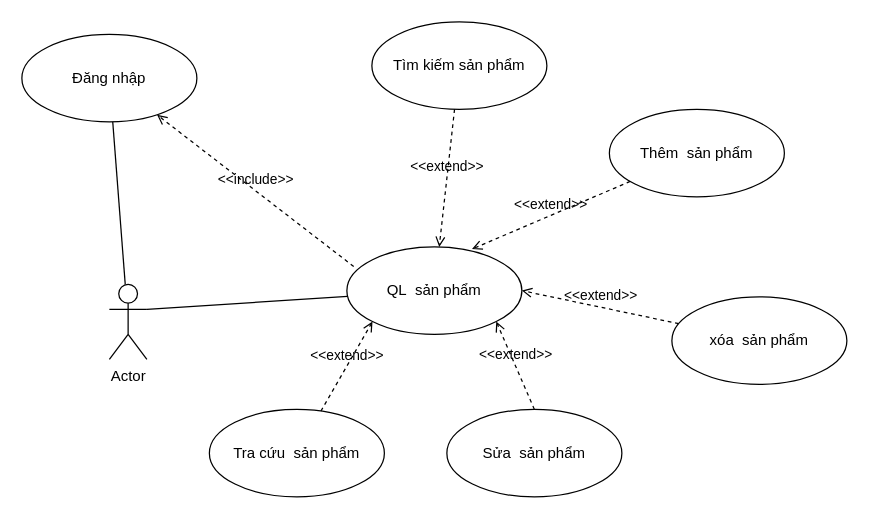
Before: UseCase Diagram/UsecaseSanPham.drawio in hungtadasuke/CoffeShop_SoftwareTechnology, a draw.io diagram. Source tidied: cells renumbered, new cells numbered last; positions are measured from the earlier drawing's top-left corner, leaving out a move shared by most shapes. Both pictures are drawn from the tidied source at 125%, with x=0, y=0 at pixel (21, 21).
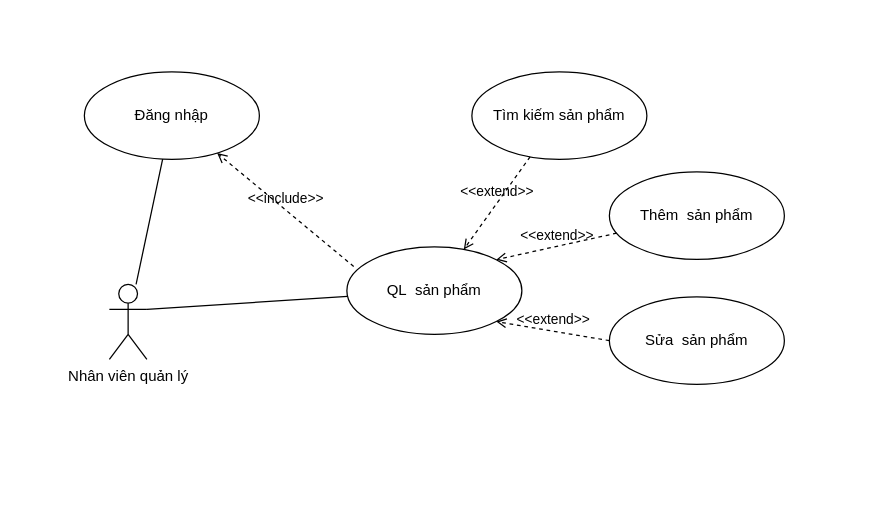
The same diagram, later.

What changed in the source:
```diff
@@
 <mxGraphModel>
   <root>
     <mxCell id="0" />
     <mxCell id="1" parent="0" />
-    <mxCell id="2" value="Actor" style="shape=umlActor;verticalLabelPosition=bottom;verticalAlign=top;html=1;" parent="1" vertex="1">
+    <mxCell id="2" value="Nhân viên quản lý" style="shape=umlActor;verticalLabelPosition=bottom;verticalAlign=top;html=1;" parent="1" vertex="1">
       <mxGeometry x="70" y="210" width="30" height="60" as="geometry" />
     </mxCell>
     <mxCell id="3" value="QL&amp;nbsp;&amp;nbsp;sản phẩm" style="ellipse;whiteSpace=wrap;html=1;" parent="1" vertex="1">
       <mxGeometry x="260" y="180" width="140" height="70" as="geometry" />
     </mxCell>
     <mxCell id="4" value="Đăng nhập" style="ellipse;whiteSpace=wrap;html=1;" parent="1" vertex="1">
-      <mxGeometry y="10" width="140" height="70" as="geometry" />
+      <mxGeometry x="50" y="40" width="140" height="70" as="geometry" />
     </mxCell>
     <mxCell id="5" style="endArrow=none;html=1;rounded=0;exitX=1;exitY=0.3333333333333333;exitDx=0;exitDy=0;exitPerimeter=0;" parent="1" edge="1" source="2" target="3">
       <mxGeometry relative="1" as="geometry" />
     </mxCell>
     <mxCell id="6" style="endArrow=none;html=1;rounded=0;" parent="1" edge="1" source="2" target="4">
       <mxGeometry relative="1" as="geometry" />
     </mxCell>
     <mxCell id="7" value="Tìm kiếm sản phẩm" style="ellipse;whiteSpace=wrap;html=1;" parent="1" vertex="1">
-      <mxGeometry x="280" width="140" height="70" as="geometry" />
+      <mxGeometry x="360" y="40" width="140" height="70" as="geometry" />
     </mxCell>
     <mxCell id="8" value="Thêm&amp;nbsp;&amp;nbsp;sản phẩm" style="ellipse;whiteSpace=wrap;html=1;" parent="1" vertex="1">
-      <mxGeometry x="470" y="70" width="140" height="70" as="geometry" />
+      <mxGeometry x="470" y="120" width="140" height="70" as="geometry" />
     </mxCell>
-    <mxCell id="9" value="xóa&amp;nbsp;&amp;nbsp;sản phẩm" style="ellipse;whiteSpace=wrap;html=1;" parent="1" vertex="1">
-      <mxGeometry x="520" y="220" width="140" height="70" as="geometry" />
-    </mxCell>
     <mxCell id="10" value="Sửa&amp;nbsp;&amp;nbsp;sản phẩm" style="ellipse;whiteSpace=wrap;html=1;" parent="1" vertex="1">
-      <mxGeometry x="340" y="310" width="140" height="70" as="geometry" />
+      <mxGeometry x="470" y="220" width="140" height="70" as="geometry" />
     </mxCell>
-    <mxCell id="11" value="Tra cứu&amp;nbsp;&amp;nbsp;sản phẩm" style="ellipse;whiteSpace=wrap;html=1;" parent="1" vertex="1">
-      <mxGeometry x="150" y="310" width="140" height="70" as="geometry" />
-    </mxCell>
     <mxCell id="12" value="&amp;lt;&amp;lt;extend&amp;gt;&amp;gt;" style="html=1;verticalAlign=bottom;labelBackgroundColor=none;endArrow=open;endFill=0;dashed=1;rounded=0;" parent="1" edge="1" source="7" target="3">
       <mxGeometry relative="1" as="geometry" />
     </mxCell>
-    <mxCell id="13" value="&amp;lt;&amp;lt;extend&amp;gt;&amp;gt;" style="html=1;verticalAlign=bottom;labelBackgroundColor=none;endArrow=open;endFill=0;dashed=1;rounded=0;entryX=0.715;entryY=0.025;entryDx=0;entryDy=0;entryPerimeter=0;" parent="1" edge="1" source="8" target="3">
+    <mxCell id="13" value="&amp;lt;&amp;lt;extend&amp;gt;&amp;gt;" style="html=1;verticalAlign=bottom;labelBackgroundColor=none;endArrow=open;endFill=0;dashed=1;rounded=0;entryX=1;entryY=0;entryDx=0;entryDy=0;" parent="1" edge="1" source="8" target="3">
       <mxGeometry relative="1" as="geometry" />
     </mxCell>
-    <mxCell id="14" value="&amp;lt;&amp;lt;extend&amp;gt;&amp;gt;" style="html=1;verticalAlign=bottom;labelBackgroundColor=none;endArrow=open;endFill=0;dashed=1;rounded=0;entryX=1;entryY=0.5;entryDx=0;entryDy=0;" parent="1" edge="1" source="9" target="3">
-      <mxGeometry relative="1" as="geometry" />
-    </mxCell>
-    <mxCell id="15" value="&amp;lt;&amp;lt;extend&amp;gt;&amp;gt;" style="html=1;verticalAlign=bottom;labelBackgroundColor=none;endArrow=open;endFill=0;dashed=1;rounded=0;entryX=1;entryY=1;entryDx=0;entryDy=0;exitX=0.5;exitY=0;exitDx=0;exitDy=0;" parent="1" edge="1" source="10" target="3">
+    <mxCell id="15" value="&amp;lt;&amp;lt;extend&amp;gt;&amp;gt;" style="html=1;verticalAlign=bottom;labelBackgroundColor=none;endArrow=open;endFill=0;dashed=1;rounded=0;entryX=1;entryY=1;entryDx=0;entryDy=0;exitX=0;exitY=0.5;exitDx=0;exitDy=0;" parent="1" edge="1" source="10" target="3">
       <mxGeometry relative="1" as="geometry" />
     </mxCell>
-    <mxCell id="16" value="&amp;lt;&amp;lt;extend&amp;gt;&amp;gt;" style="html=1;verticalAlign=bottom;labelBackgroundColor=none;endArrow=open;endFill=0;dashed=1;rounded=0;entryX=0;entryY=1;entryDx=0;entryDy=0;" parent="1" edge="1" source="11" target="3">
-      <mxGeometry relative="1" as="geometry" />
-    </mxCell>
     <mxCell id="17" value="&amp;lt;&amp;lt;include&amp;gt;&amp;gt;" style="html=1;verticalAlign=bottom;labelBackgroundColor=none;endArrow=open;endFill=0;dashed=1;rounded=0;exitX=0.039;exitY=0.224;exitDx=0;exitDy=0;exitPerimeter=0;" parent="1" edge="1" source="3" target="4">
       <mxGeometry relative="1" as="geometry" />
     </mxCell>
   </root>
 </mxGraphModel>
```
